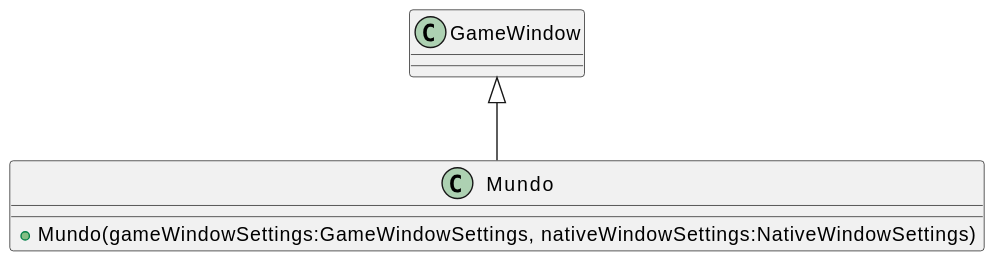
gcgfurb/disciplinaCg_2024-1_not_equipe-06 keeps this PlantUML diagram as Unidade3/CG_N3_Exemplo/svg/plantuml/Mundo.svg. Above is the earlier version.
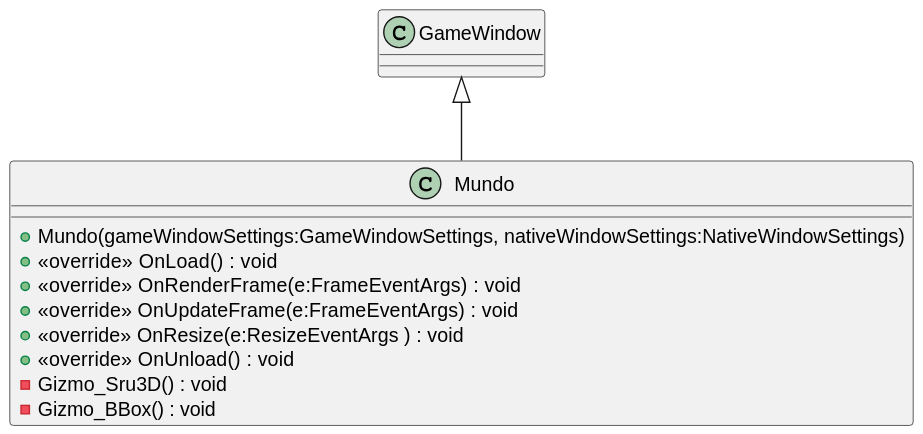
Later version of the same file.

Diff of the diagram source:
```diff
@@ -1,6 +1,13 @@
 @startuml
 class Mundo {
     + Mundo(gameWindowSettings:GameWindowSettings, nativeWindowSettings:NativeWindowSettings)
+    + <<override>> OnLoad() : void
+    + <<override>> OnRenderFrame(e:FrameEventArgs) : void
+    + <<override>> OnUpdateFrame(e:FrameEventArgs) : void
+    + <<override>> OnResize(e:ResizeEventArgs ) : void
+    + <<override>> OnUnload() : void
+    - Gizmo_Sru3D() : void
+    - Gizmo_BBox() : void
 }
 GameWindow <|-- Mundo
 @enduml
```
